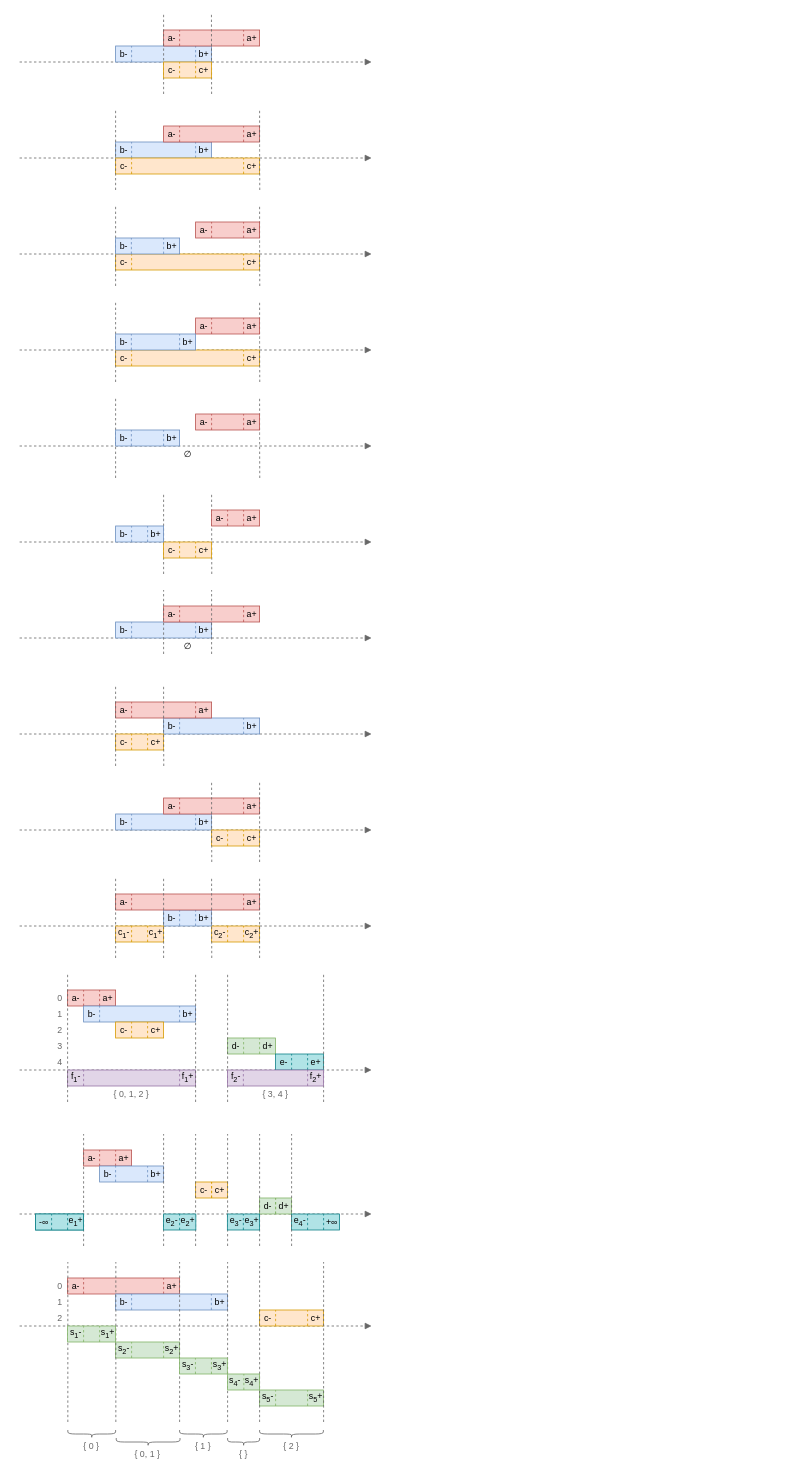
The draw.io diagram page "Algorithms" (5 of 7) of res/resources.drawio in gchudnov/mindthegap, before the edit. Source tidied: cells renumbered, new cells numbered last; positions are measured from the earlier drawing's top-left corner, leaving out a move shared by most shapes. Both pictures are drawn from the tidied source at 80%, with x=0, y=0 at pixel (19, 14).
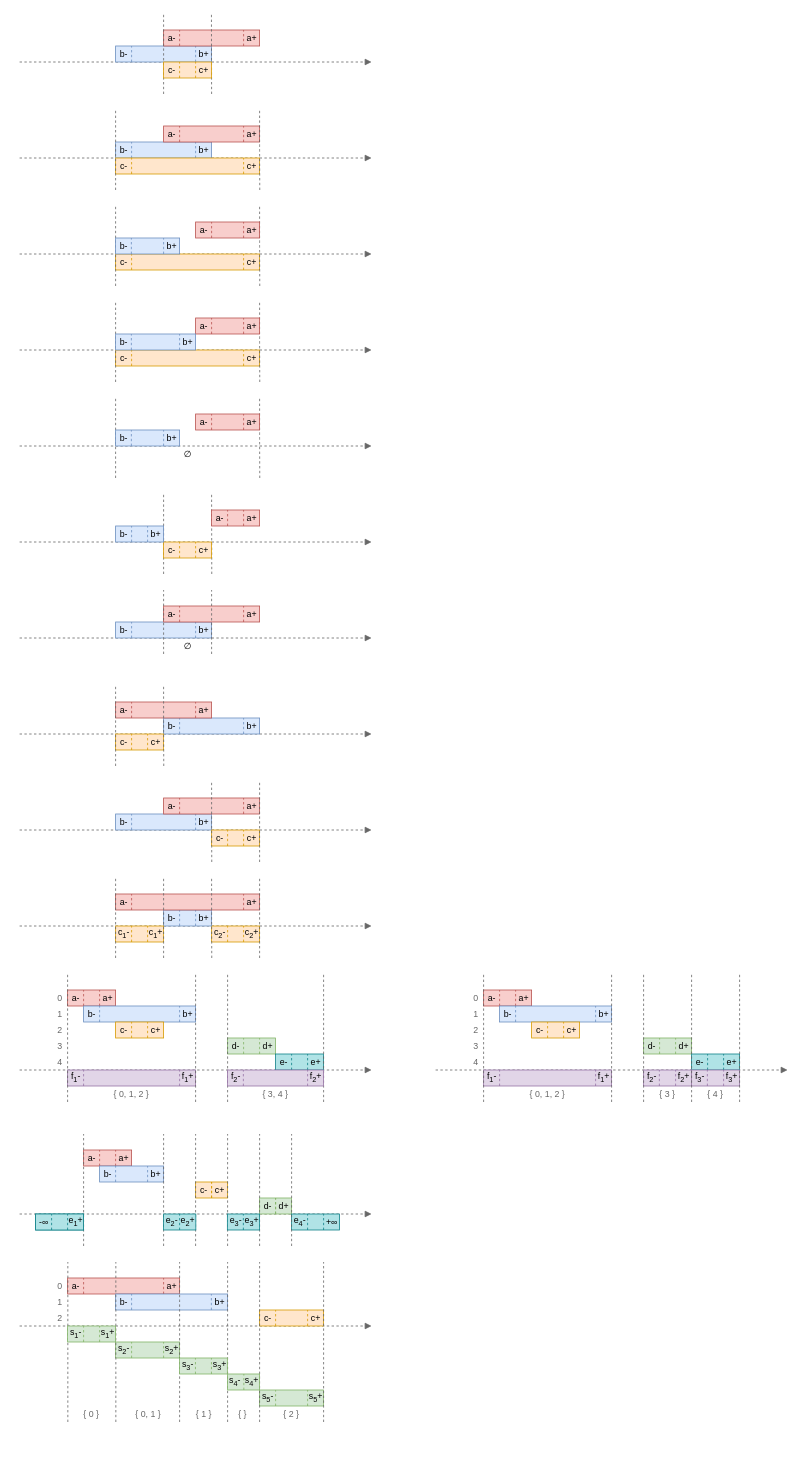
The same page after the edit.

What changed in the source:
```diff
@@
-    <mxCell id="345" style="shape=curlyBracket;whiteSpace=wrap;html=1;rounded=1;flipH=1;labelPosition=right;verticalLabelPosition=middle;align=left;verticalAlign=middle;fillStyle=solid;strokeColor=#666666;fontSize=8;fillColor=none;direction=north;flipV=0;" parent="1" vertex="1">
-      <mxGeometry x="60.3" y="1770" width="59.7" height="10" as="geometry" />
-    </mxCell>
-    <mxCell id="346" style="shape=curlyBracket;whiteSpace=wrap;html=1;rounded=1;flipH=1;labelPosition=right;verticalLabelPosition=middle;align=left;verticalAlign=middle;fillStyle=solid;strokeColor=#666666;fontSize=8;fillColor=none;direction=north;flipV=0;" parent="1" vertex="1">
-      <mxGeometry x="120.8" y="1780" width="79.7" height="10" as="geometry" />
-    </mxCell>
-    <mxCell id="347" style="shape=curlyBracket;whiteSpace=wrap;html=1;rounded=1;flipH=1;labelPosition=right;verticalLabelPosition=middle;align=left;verticalAlign=middle;fillStyle=solid;strokeColor=#666666;fontSize=8;fillColor=none;direction=north;flipV=0;" parent="1" vertex="1">
-      <mxGeometry x="200" y="1770" width="59.4" height="10" as="geometry" />
-    </mxCell>
-    <mxCell id="348" style="shape=curlyBracket;whiteSpace=wrap;html=1;rounded=1;flipH=1;labelPosition=right;verticalLabelPosition=middle;align=left;verticalAlign=middle;fillStyle=solid;strokeColor=#666666;fontSize=8;fillColor=none;direction=north;flipV=0;" parent="1" vertex="1">
-      <mxGeometry x="260" y="1780" width="40" height="10" as="geometry" />
-    </mxCell>
-    <mxCell id="349" style="shape=curlyBracket;whiteSpace=wrap;html=1;rounded=1;flipH=1;labelPosition=right;verticalLabelPosition=middle;align=left;verticalAlign=middle;fillStyle=solid;strokeColor=#666666;fontSize=8;fillColor=none;direction=north;flipV=0;" parent="1" vertex="1">
-      <mxGeometry x="300" y="1770" width="79.7" height="10" as="geometry" />
-    </mxCell>
     <mxCell id="350" value="{ 0&amp;nbsp;}" style="text;html=1;strokeColor=none;fillColor=none;align=center;verticalAlign=middle;whiteSpace=wrap;rounded=0;fontColor=#666666;fontSize=11;" parent="1" vertex="1">
-      <mxGeometry x="60" y="1780" width="60" height="20" as="geometry" />
+      <mxGeometry x="60" y="1740" width="60" height="20" as="geometry" />
     </mxCell>
     <mxCell id="351" value="{ 0, 1 }" style="text;html=1;strokeColor=none;fillColor=none;align=center;verticalAlign=middle;whiteSpace=wrap;rounded=0;fontColor=#666666;fontSize=11;" parent="1" vertex="1">
-      <mxGeometry x="120" y="1790" width="80" height="20" as="geometry" />
+      <mxGeometry x="120.8" y="1740" width="80" height="20" as="geometry" />
     </mxCell>
     <mxCell id="352" value="{ 1 }" style="text;html=1;strokeColor=none;fillColor=none;align=center;verticalAlign=middle;whiteSpace=wrap;rounded=0;fontColor=#666666;fontSize=11;" parent="1" vertex="1">
-      <mxGeometry x="200" y="1780" width="59.4" height="20" as="geometry" />
+      <mxGeometry x="200.6" y="1740" width="59.4" height="20" as="geometry" />
     </mxCell>
     <mxCell id="353" value="{ }" style="text;html=1;strokeColor=none;fillColor=none;align=center;verticalAlign=middle;whiteSpace=wrap;rounded=0;fontColor=#666666;fontSize=11;" parent="1" vertex="1">
-      <mxGeometry x="260" y="1790" width="40" height="20" as="geometry" />
+      <mxGeometry x="259.4" y="1740" width="40" height="20" as="geometry" />
     </mxCell>
     <mxCell id="354" value="{ 2 }" style="text;html=1;strokeColor=none;fillColor=none;align=center;verticalAlign=middle;whiteSpace=wrap;rounded=0;fontColor=#666666;fontSize=11;" parent="1" vertex="1">
-      <mxGeometry x="299.7" y="1780" width="80" height="20" as="geometry" />
+      <mxGeometry x="299.7" y="1740" width="80" height="20" as="geometry" />
     </mxCell>
@@
+    <mxCell id="378" style="endArrow=block;html=1;fontSize=12;strokeWidth=1;fillColor=#f5f5f5;strokeColor=#666666;endFill=1;dashed=1;" parent="1" edge="1">
+      <mxGeometry relative="1" as="geometry">
+        <mxPoint x="520" y="1320" as="sourcePoint" />
+        <mxPoint x="960" y="1320" as="targetPoint" />
+      </mxGeometry>
+    </mxCell>
+    <mxCell id="379" style="group;" parent="1" vertex="1">
+      <mxGeometry x="580" y="1220" width="60" height="20" as="geometry" />
+    </mxCell>
+    <mxCell id="380" style="rounded=0;whiteSpace=wrap;html=1;fontSize=12;strokeWidth=1;fillColor=#f8cecc;strokeColor=#b85450;" parent="379" vertex="1">
+      <mxGeometry width="60" height="20" as="geometry" />
+    </mxCell>
+    <mxCell id="381" value="&lt;p style=&quot;line-height: 1.2&quot;&gt;a-&lt;/p&gt;" style="text;html=1;strokeColor=none;fillColor=none;align=center;verticalAlign=middle;rounded=0;fontSize=11;labelPosition=center;verticalLabelPosition=middle;horizontal=1;" parent="379" vertex="1">
+      <mxGeometry width="20" height="20" as="geometry" />
+    </mxCell>
+    <mxCell id="382" value="a+" style="text;html=1;strokeColor=none;fillColor=none;align=center;verticalAlign=middle;rounded=0;fontSize=11;spacing=2;" parent="379" vertex="1">
+      <mxGeometry x="40" width="20" height="20" as="geometry" />
+    </mxCell>
+    <mxCell id="383" style="endArrow=none;dashed=1;html=1;strokeWidth=1;fontSize=11;fillColor=#f8cecc;strokeColor=#b85450;" parent="379" edge="1">
+      <mxGeometry relative="1" as="geometry">
+        <mxPoint x="40" y="20" as="sourcePoint" />
+        <mxPoint x="40" as="targetPoint" />
+      </mxGeometry>
+    </mxCell>
+    <mxCell id="384" style="endArrow=none;dashed=1;html=1;strokeWidth=1;fontSize=11;fillColor=#f8cecc;strokeColor=#b85450;" parent="379" edge="1">
+      <mxGeometry relative="1" as="geometry">
+        <mxPoint x="20" y="20" as="sourcePoint" />
+        <mxPoint x="20" as="targetPoint" />
+      </mxGeometry>
+    </mxCell>
+    <mxCell id="385" style="group;" parent="1" vertex="1">
+      <mxGeometry x="580" y="1320" width="160" height="20" as="geometry" />
+    </mxCell>
+    <mxCell id="386" style="rounded=0;whiteSpace=wrap;html=1;fontSize=12;strokeWidth=1;fillColor=#e1d5e7;strokeColor=#9673a6;" parent="385" vertex="1">
+      <mxGeometry width="160" height="20" as="geometry" />
+    </mxCell>
+    <mxCell id="387" value="&lt;p style=&quot;line-height: 1.2&quot;&gt;f&lt;sub&gt;1&lt;/sub&gt;-&lt;/p&gt;" style="text;html=1;strokeColor=none;fillColor=none;align=center;verticalAlign=middle;rounded=0;fontSize=11;labelPosition=center;verticalLabelPosition=middle;horizontal=1;" parent="385" vertex="1">
+      <mxGeometry width="20" height="20" as="geometry" />
+    </mxCell>
+    <mxCell id="388" value="f&lt;sub&gt;1&lt;/sub&gt;+" style="text;html=1;strokeColor=none;fillColor=none;align=center;verticalAlign=middle;rounded=0;fontSize=11;spacing=2;" parent="385" vertex="1">
+      <mxGeometry x="140" width="20" height="20" as="geometry" />
+    </mxCell>
+    <mxCell id="389" style="endArrow=none;dashed=1;html=1;strokeWidth=1;fontSize=11;fillColor=#e1d5e7;strokeColor=#9673a6;" parent="385" edge="1">
+      <mxGeometry relative="1" as="geometry">
+        <mxPoint x="140" y="20" as="sourcePoint" />
+        <mxPoint x="140" as="targetPoint" />
+      </mxGeometry>
+    </mxCell>
+    <mxCell id="390" style="endArrow=none;dashed=1;html=1;strokeWidth=1;fontSize=11;fillColor=#e1d5e7;strokeColor=#9673a6;" parent="385" edge="1">
+      <mxGeometry relative="1" as="geometry">
+        <mxPoint x="20" y="20" as="sourcePoint" />
+        <mxPoint x="20" as="targetPoint" />
+      </mxGeometry>
+    </mxCell>
+    <mxCell id="391" style="group;" parent="1" vertex="1">
+      <mxGeometry x="600" y="1240" width="140" height="20" as="geometry" />
+    </mxCell>
+    <mxCell id="392" style="rounded=0;whiteSpace=wrap;html=1;fontSize=12;strokeWidth=1;fillColor=#dae8fc;strokeColor=#6c8ebf;" parent="391" vertex="1">
+      <mxGeometry width="140" height="20" as="geometry" />
+    </mxCell>
+    <mxCell id="393" value="&lt;p style=&quot;line-height: 1.2&quot;&gt;b-&lt;/p&gt;" style="text;html=1;strokeColor=none;fillColor=none;align=center;verticalAlign=middle;rounded=0;fontSize=11;labelPosition=center;verticalLabelPosition=middle;horizontal=1;" parent="391" vertex="1">
+      <mxGeometry width="20" height="20" as="geometry" />
+    </mxCell>
+    <mxCell id="394" value="b+" style="text;html=1;strokeColor=none;fillColor=none;align=center;verticalAlign=middle;rounded=0;fontSize=11;spacing=2;" parent="391" vertex="1">
+      <mxGeometry x="120" width="20" height="20" as="geometry" />
+    </mxCell>
+    <mxCell id="395" style="endArrow=none;dashed=1;html=1;strokeWidth=1;fontSize=11;fillColor=#dae8fc;strokeColor=#6c8ebf;" parent="391" edge="1">
+      <mxGeometry relative="1" as="geometry">
+        <mxPoint x="120" y="20" as="sourcePoint" />
+        <mxPoint x="120" as="targetPoint" />
+      </mxGeometry>
+    </mxCell>
+    <mxCell id="396" style="endArrow=none;dashed=1;html=1;strokeWidth=1;fontSize=11;fillColor=#dae8fc;strokeColor=#6c8ebf;" parent="391" edge="1">
+      <mxGeometry relative="1" as="geometry">
+        <mxPoint x="20" y="20" as="sourcePoint" />
+        <mxPoint x="20" as="targetPoint" />
+      </mxGeometry>
+    </mxCell>
+    <mxCell id="397" style="group;" parent="1" vertex="1">
+      <mxGeometry x="640" y="1260" width="60" height="20" as="geometry" />
+    </mxCell>
+    <mxCell id="398" style="rounded=0;whiteSpace=wrap;html=1;fontSize=12;strokeWidth=1;fillColor=#ffe6cc;strokeColor=#d79b00;" parent="397" vertex="1">
+      <mxGeometry width="60" height="20" as="geometry" />
+    </mxCell>
+    <mxCell id="399" value="&lt;p style=&quot;line-height: 1.2&quot;&gt;c-&lt;/p&gt;" style="text;html=1;strokeColor=none;fillColor=none;align=center;verticalAlign=middle;rounded=0;fontSize=11;labelPosition=center;verticalLabelPosition=middle;horizontal=1;" parent="397" vertex="1">
+      <mxGeometry width="20" height="20" as="geometry" />
+    </mxCell>
+    <mxCell id="400" value="c+" style="text;html=1;strokeColor=none;fillColor=none;align=center;verticalAlign=middle;rounded=0;fontSize=11;spacing=2;" parent="397" vertex="1">
+      <mxGeometry x="40" width="20" height="20" as="geometry" />
+    </mxCell>
+    <mxCell id="401" style="endArrow=none;dashed=1;html=1;strokeWidth=1;fontSize=11;fillColor=#ffe6cc;strokeColor=#d79b00;" parent="397" edge="1">
+      <mxGeometry relative="1" as="geometry">
+        <mxPoint x="40" y="20" as="sourcePoint" />
+        <mxPoint x="40" as="targetPoint" />
+      </mxGeometry>
+    </mxCell>
+    <mxCell id="402" style="endArrow=none;dashed=1;html=1;strokeWidth=1;fontSize=11;fillColor=#ffe6cc;strokeColor=#d79b00;" parent="397" edge="1">
+      <mxGeometry relative="1" as="geometry">
+        <mxPoint x="20" y="20" as="sourcePoint" />
+        <mxPoint x="20" as="targetPoint" />
+      </mxGeometry>
+    </mxCell>
+    <mxCell id="403" style="group;" parent="1" vertex="1">
+      <mxGeometry x="780" y="1280" width="60" height="20" as="geometry" />
+    </mxCell>
+    <mxCell id="404" style="rounded=0;whiteSpace=wrap;html=1;fontSize=12;strokeWidth=1;fillColor=#d5e8d4;strokeColor=#82b366;" parent="403" vertex="1">
+      <mxGeometry width="60" height="20" as="geometry" />
+    </mxCell>
+    <mxCell id="405" value="&lt;p style=&quot;line-height: 1.2&quot;&gt;d-&lt;/p&gt;" style="text;html=1;strokeColor=none;fillColor=none;align=center;verticalAlign=middle;rounded=0;fontSize=11;labelPosition=center;verticalLabelPosition=middle;horizontal=1;" parent="403" vertex="1">
+      <mxGeometry width="20" height="20" as="geometry" />
+    </mxCell>
+    <mxCell id="406" value="d+" style="text;html=1;strokeColor=none;fillColor=none;align=center;verticalAlign=middle;rounded=0;fontSize=11;spacing=2;" parent="403" vertex="1">
+      <mxGeometry x="40" width="20" height="20" as="geometry" />
+    </mxCell>
+    <mxCell id="407" style="endArrow=none;dashed=1;html=1;strokeWidth=1;fontSize=11;fillColor=#d5e8d4;strokeColor=#82b366;" parent="403" edge="1">
+      <mxGeometry relative="1" as="geometry">
+        <mxPoint x="40" y="20" as="sourcePoint" />
+        <mxPoint x="40" as="targetPoint" />
+      </mxGeometry>
+    </mxCell>
+    <mxCell id="408" style="endArrow=none;dashed=1;html=1;strokeWidth=1;fontSize=11;fillColor=#d5e8d4;strokeColor=#82b366;" parent="403" edge="1">
+      <mxGeometry relative="1" as="geometry">
+        <mxPoint x="20" y="20" as="sourcePoint" />
+        <mxPoint x="20" as="targetPoint" />
+      </mxGeometry>
+    </mxCell>
+    <mxCell id="409" style="group;" parent="1" vertex="1">
+      <mxGeometry x="840" y="1300" width="60" height="20" as="geometry" />
+    </mxCell>
+    <mxCell id="410" style="rounded=0;whiteSpace=wrap;html=1;fontSize=12;strokeWidth=1;fillColor=#b0e3e6;strokeColor=#0e8088;" parent="409" vertex="1">
+      <mxGeometry width="60" height="20" as="geometry" />
+    </mxCell>
+    <mxCell id="411" value="&lt;p style=&quot;line-height: 1.2&quot;&gt;e-&lt;/p&gt;" style="text;html=1;strokeColor=none;fillColor=none;align=center;verticalAlign=middle;rounded=0;fontSize=11;labelPosition=center;verticalLabelPosition=middle;horizontal=1;" parent="409" vertex="1">
+      <mxGeometry width="20" height="20" as="geometry" />
+    </mxCell>
+    <mxCell id="412" value="e+" style="text;html=1;strokeColor=none;fillColor=none;align=center;verticalAlign=middle;rounded=0;fontSize=11;spacing=2;" parent="409" vertex="1">
+      <mxGeometry x="40" width="20" height="20" as="geometry" />
+    </mxCell>
+    <mxCell id="413" style="endArrow=none;dashed=1;html=1;strokeWidth=1;fontSize=11;fillColor=#b0e3e6;strokeColor=#0e8088;" parent="409" edge="1">
+      <mxGeometry relative="1" as="geometry">
+        <mxPoint x="40" y="20" as="sourcePoint" />
+        <mxPoint x="40" as="targetPoint" />
+      </mxGeometry>
+    </mxCell>
+    <mxCell id="414" style="endArrow=none;dashed=1;html=1;strokeWidth=1;fontSize=11;fillColor=#b0e3e6;strokeColor=#0e8088;" parent="409" edge="1">
+      <mxGeometry relative="1" as="geometry">
+        <mxPoint x="20" y="20" as="sourcePoint" />
+        <mxPoint x="20" as="targetPoint" />
+      </mxGeometry>
+    </mxCell>
+    <mxCell id="415" style="endArrow=none;dashed=1;html=1;strokeWidth=1;fontSize=11;fillColor=#f5f5f5;strokeColor=#666666;" parent="1" edge="1">
+      <mxGeometry relative="1" as="geometry">
+        <mxPoint x="740" y="1360" as="sourcePoint" />
+        <mxPoint x="740" y="1200" as="targetPoint" />
+      </mxGeometry>
+    </mxCell>
+    <mxCell id="416" style="endArrow=none;dashed=1;html=1;strokeWidth=1;fontSize=11;fillColor=#f5f5f5;strokeColor=#666666;" parent="1" edge="1">
+      <mxGeometry relative="1" as="geometry">
+        <mxPoint x="580" y="1360" as="sourcePoint" />
+        <mxPoint x="580" y="1200" as="targetPoint" />
+      </mxGeometry>
+    </mxCell>
+    <mxCell id="417" value="{ 0, 1, 2 }" style="text;html=1;strokeColor=none;fillColor=none;align=center;verticalAlign=middle;whiteSpace=wrap;rounded=0;fontColor=#666666;fontSize=11;" parent="1" vertex="1">
+      <mxGeometry x="630" y="1340" width="60" height="20" as="geometry" />
+    </mxCell>
+    <mxCell id="418" value="{ 3 }" style="text;html=1;strokeColor=none;fillColor=none;align=center;verticalAlign=middle;whiteSpace=wrap;rounded=0;fontColor=#666666;fontSize=11;" parent="1" vertex="1">
+      <mxGeometry x="780" y="1340" width="60" height="20" as="geometry" />
+    </mxCell>
+    <mxCell id="419" value="&lt;p style=&quot;line-height: 1.2&quot;&gt;0&lt;/p&gt;" style="text;html=1;strokeColor=none;fillColor=none;align=center;verticalAlign=middle;rounded=0;fontSize=11;labelPosition=center;verticalLabelPosition=middle;horizontal=1;fontColor=#666666;" parent="1" vertex="1">
+      <mxGeometry x="560" y="1220" width="20" height="20" as="geometry" />
+    </mxCell>
+    <mxCell id="420" value="&lt;p style=&quot;line-height: 1.2&quot;&gt;1&lt;/p&gt;" style="text;html=1;strokeColor=none;fillColor=none;align=center;verticalAlign=middle;rounded=0;fontSize=11;labelPosition=center;verticalLabelPosition=middle;horizontal=1;fontColor=#666666;" parent="1" vertex="1">
+      <mxGeometry x="560" y="1240" width="20" height="20" as="geometry" />
+    </mxCell>
+    <mxCell id="421" value="&lt;p style=&quot;line-height: 1.2&quot;&gt;2&lt;/p&gt;" style="text;html=1;strokeColor=none;fillColor=none;align=center;verticalAlign=middle;rounded=0;fontSize=11;labelPosition=center;verticalLabelPosition=middle;horizontal=1;fontColor=#666666;" parent="1" vertex="1">
+      <mxGeometry x="560" y="1260" width="20" height="20" as="geometry" />
+    </mxCell>
+    <mxCell id="422" value="&lt;p style=&quot;line-height: 1.2&quot;&gt;3&lt;/p&gt;" style="text;html=1;strokeColor=none;fillColor=none;align=center;verticalAlign=middle;rounded=0;fontSize=11;labelPosition=center;verticalLabelPosition=middle;horizontal=1;fontColor=#666666;" parent="1" vertex="1">
+      <mxGeometry x="560" y="1280" width="20" height="20" as="geometry" />
+    </mxCell>
+    <mxCell id="423" value="&lt;p style=&quot;line-height: 1.2&quot;&gt;4&lt;/p&gt;" style="text;html=1;strokeColor=none;fillColor=none;align=center;verticalAlign=middle;rounded=0;fontSize=11;labelPosition=center;verticalLabelPosition=middle;horizontal=1;fontColor=#666666;" parent="1" vertex="1">
+      <mxGeometry x="560.3" y="1300" width="20" height="20" as="geometry" />
+    </mxCell>
+    <mxCell id="424" value="{ 4 }" style="text;html=1;strokeColor=none;fillColor=none;align=center;verticalAlign=middle;whiteSpace=wrap;rounded=0;fontColor=#666666;fontSize=11;" parent="1" vertex="1">
+      <mxGeometry x="840" y="1340" width="60" height="20" as="geometry" />
+    </mxCell>
+    <mxCell id="425" style="group;" parent="1" vertex="1">
+      <mxGeometry x="839.7" y="1320" width="60.3" height="20" as="geometry" />
+    </mxCell>
+    <mxCell id="426" style="rounded=0;whiteSpace=wrap;html=1;fontSize=12;strokeWidth=1;fillColor=#e1d5e7;strokeColor=#9673a6;" parent="425" vertex="1">
+      <mxGeometry x="0.3" width="60" height="20" as="geometry" />
+    </mxCell>
+    <mxCell id="427" value="&lt;p style=&quot;line-height: 1.2&quot;&gt;f&lt;sub&gt;3&lt;/sub&gt;-&lt;/p&gt;" style="text;html=1;strokeColor=none;fillColor=none;align=center;verticalAlign=middle;rounded=0;fontSize=11;labelPosition=center;verticalLabelPosition=middle;horizontal=1;" parent="425" vertex="1">
+      <mxGeometry width="20" height="20" as="geometry" />
+    </mxCell>
+    <mxCell id="428" value="f&lt;sub&gt;3&lt;/sub&gt;+" style="text;html=1;strokeColor=none;fillColor=none;align=center;verticalAlign=middle;rounded=0;fontSize=11;spacing=2;" parent="425" vertex="1">
+      <mxGeometry x="40.3" width="20" height="20" as="geometry" />
+    </mxCell>
+    <mxCell id="429" style="endArrow=none;dashed=1;html=1;strokeWidth=1;fontSize=11;fillColor=#e1d5e7;strokeColor=#9673a6;" parent="425" edge="1">
+      <mxGeometry relative="1" as="geometry">
+        <mxPoint x="40.3" y="20" as="sourcePoint" />
+        <mxPoint x="40.3" as="targetPoint" />
+      </mxGeometry>
+    </mxCell>
+    <mxCell id="430" style="endArrow=none;dashed=1;html=1;strokeWidth=1;fontSize=11;fillColor=#e1d5e7;strokeColor=#9673a6;" parent="425" edge="1">
+      <mxGeometry relative="1" as="geometry">
+        <mxPoint x="20" y="20" as="sourcePoint" />
+        <mxPoint x="20" as="targetPoint" />
+      </mxGeometry>
+    </mxCell>
+    <mxCell id="431" style="group;" parent="1" vertex="1">
+      <mxGeometry x="779.7" y="1320" width="60.3" height="20" as="geometry" />
+    </mxCell>
+    <mxCell id="432" style="rounded=0;whiteSpace=wrap;html=1;fontSize=12;strokeWidth=1;fillColor=#e1d5e7;strokeColor=#9673a6;" parent="431" vertex="1">
+      <mxGeometry x="0.3" width="60" height="20" as="geometry" />
+    </mxCell>
+    <mxCell id="433" value="&lt;p style=&quot;line-height: 1.2&quot;&gt;f&lt;sub&gt;2&lt;/sub&gt;-&lt;/p&gt;" style="text;html=1;strokeColor=none;fillColor=none;align=center;verticalAlign=middle;rounded=0;fontSize=11;labelPosition=center;verticalLabelPosition=middle;horizontal=1;" parent="431" vertex="1">
+      <mxGeometry width="20" height="20" as="geometry" />
+    </mxCell>
+    <mxCell id="434" value="f&lt;sub&gt;2&lt;/sub&gt;+" style="text;html=1;strokeColor=none;fillColor=none;align=center;verticalAlign=middle;rounded=0;fontSize=11;spacing=2;" parent="431" vertex="1">
+      <mxGeometry x="40.3" width="20" height="20" as="geometry" />
+    </mxCell>
+    <mxCell id="435" style="endArrow=none;dashed=1;html=1;strokeWidth=1;fontSize=11;fillColor=#e1d5e7;strokeColor=#9673a6;" parent="431" edge="1">
+      <mxGeometry relative="1" as="geometry">
+        <mxPoint x="40.3" y="20" as="sourcePoint" />
+        <mxPoint x="40.3" as="targetPoint" />
+      </mxGeometry>
+    </mxCell>
+    <mxCell id="436" style="endArrow=none;dashed=1;html=1;strokeWidth=1;fontSize=11;fillColor=#e1d5e7;strokeColor=#9673a6;" parent="431" edge="1">
+      <mxGeometry relative="1" as="geometry">
+        <mxPoint x="20" y="20" as="sourcePoint" />
+        <mxPoint x="20" as="targetPoint" />
+      </mxGeometry>
+    </mxCell>
+    <mxCell id="437" style="endArrow=none;dashed=1;html=1;strokeWidth=1;fontSize=11;fillColor=#f5f5f5;strokeColor=#666666;" parent="1" edge="1">
+      <mxGeometry relative="1" as="geometry">
+        <mxPoint x="900" y="1360" as="sourcePoint" />
+        <mxPoint x="900" y="1200" as="targetPoint" />
+      </mxGeometry>
+    </mxCell>
+    <mxCell id="438" style="endArrow=none;dashed=1;html=1;strokeWidth=1;fontSize=11;fillColor=#f5f5f5;strokeColor=#666666;" parent="1" edge="1">
+      <mxGeometry relative="1" as="geometry">
+        <mxPoint x="780" y="1360" as="sourcePoint" />
+        <mxPoint x="780" y="1200" as="targetPoint" />
+      </mxGeometry>
+    </mxCell>
+    <mxCell id="439" style="endArrow=none;dashed=1;html=1;strokeWidth=1;fontSize=11;fillColor=#f5f5f5;strokeColor=#666666;" parent="1" edge="1">
+      <mxGeometry relative="1" as="geometry">
+        <mxPoint x="840" y="1360" as="sourcePoint" />
+        <mxPoint x="840" y="1200" as="targetPoint" />
+      </mxGeometry>
+    </mxCell>
```
